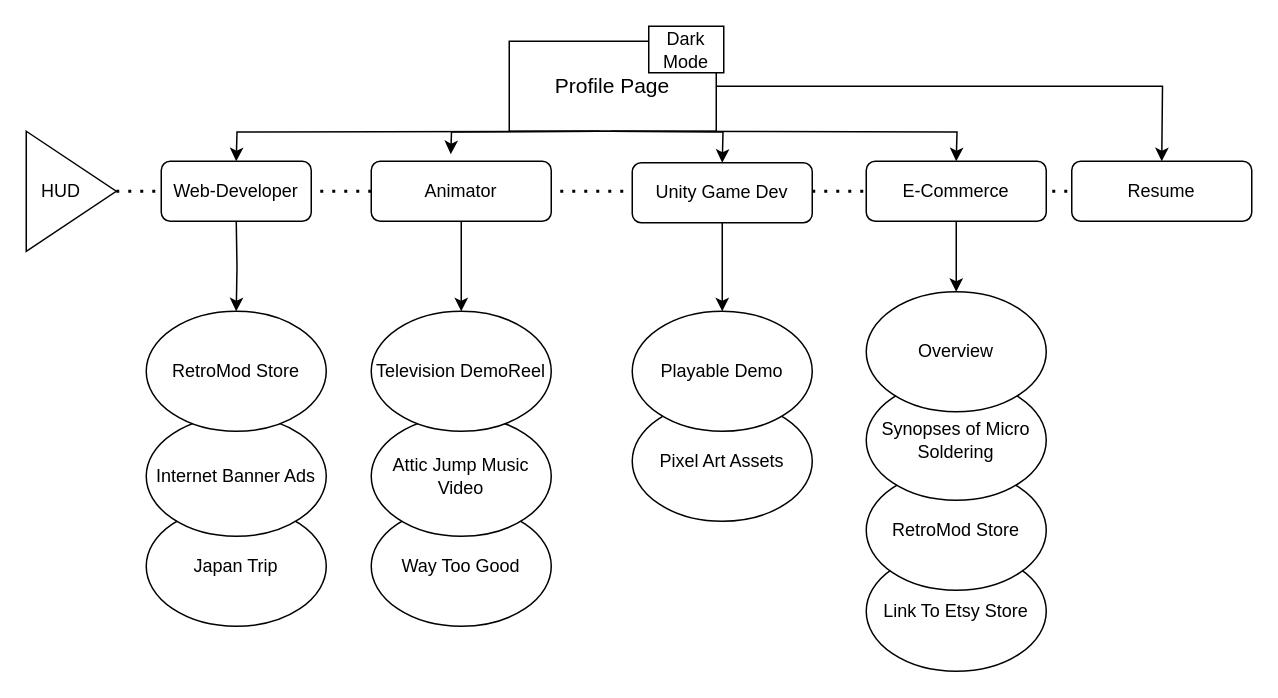
Before: Untitled Diagram.drawio in rafalaidlaw/flowcharts, a draw.io diagram. Source tidied: cells renumbered, new cells numbered last; positions are measured from the earlier drawing's top-left corner, leaving out a move shared by most shapes. Both pictures are drawn from the tidied source at 150%, with x=0, y=0 at pixel (26, 26).
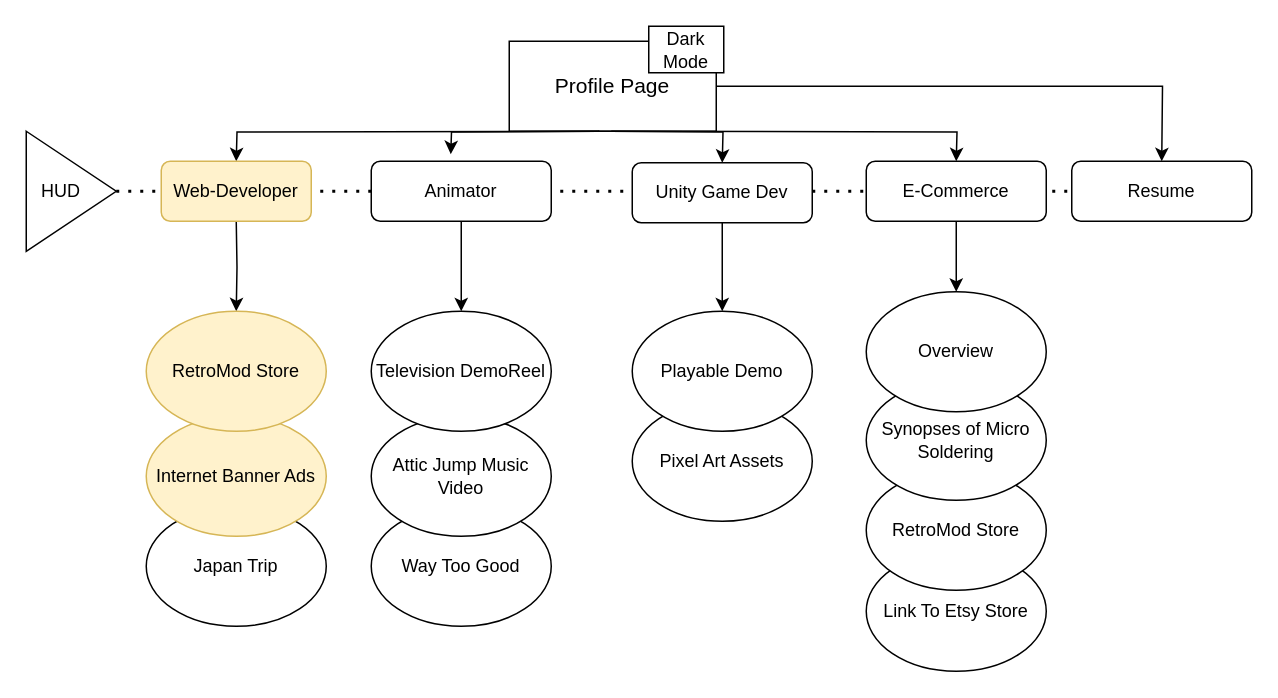
Above is the later version.

Diff of the diagram source:
```diff
@@
-    <mxCell id="11" value="Internet Banner Ads" style="ellipse;whiteSpace=wrap;html=1;" parent="1" vertex="1">
+    <mxCell id="11" value="Internet Banner Ads" style="ellipse;whiteSpace=wrap;html=1;fillColor=#fff2cc;strokeColor=#d6b656;" parent="1" vertex="1">
       <mxGeometry x="80" y="260" width="120" height="80" as="geometry" />
     </mxCell>
-    <mxCell id="12" value="RetroMod Store" style="ellipse;whiteSpace=wrap;html=1;" parent="1" vertex="1">
+    <mxCell id="12" value="RetroMod Store" style="ellipse;whiteSpace=wrap;html=1;fillColor=#fff2cc;strokeColor=#d6b656;" parent="1" vertex="1">
       <mxGeometry x="80" y="190" width="120" height="80" as="geometry" />
     </mxCell>
@@
-    <mxCell id="28" value="Web-Developer" style="rounded=1;whiteSpace=wrap;html=1;" parent="1" vertex="1">
+    <mxCell id="28" value="Web-Developer" style="rounded=1;whiteSpace=wrap;html=1;fillColor=#fff2cc;strokeColor=#d6b656;" parent="1" vertex="1">
       <mxGeometry x="90" y="90" width="100" height="40" as="geometry" />
     </mxCell>
```
